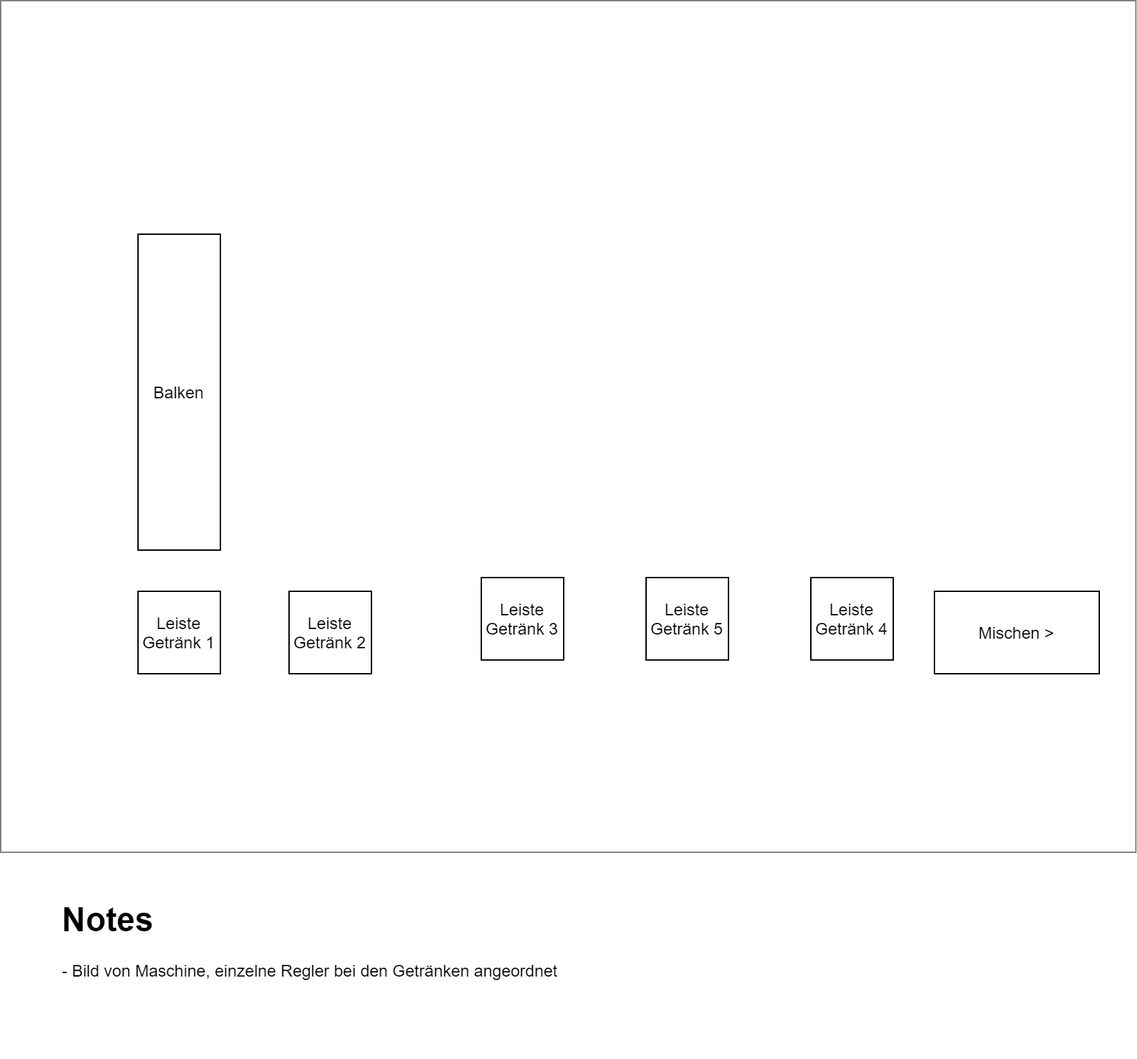
Above: documentation/Sourcecode + System/Programmablauf/Programmablauf-(cf) Mischverhältnis Layout.png in zauberwild/PaAmEsTiA (draw.io), before the change. Source tidied: cells renumbered, new cells last; positions are measured from the earlier drawing's top-left corner, leaving out a move shared by most shapes. The source it was exported from:
```xml
<mxGraphModel>
  <root>
    <mxCell id="0" />
    <mxCell id="1" parent="0" />
    <mxCell id="2" style="rounded=0;whiteSpace=wrap;html=1;shadow=0;strokeColor=#808080;fillColor=none;" parent="1" vertex="1">
      <mxGeometry width="826.7" height="620" as="geometry" />
    </mxCell>
    <mxCell id="3" value="&lt;h1&gt;Notes&lt;/h1&gt;&lt;div&gt;- Bild von Maschine, einzelne Regler bei den Getränken angeordnet&lt;/div&gt;" style="text;html=1;strokeColor=none;fillColor=none;spacing=5;spacingTop=-20;whiteSpace=wrap;overflow=hidden;rounded=0;shadow=0;" parent="1" vertex="1">
      <mxGeometry x="40" y="650" width="690" height="120" as="geometry" />
    </mxCell>
    <mxCell id="4" value="Leiste Getränk 1" style="rounded=0;whiteSpace=wrap;html=1;" parent="1" vertex="1">
      <mxGeometry x="100" y="430" width="60" height="60" as="geometry" />
    </mxCell>
    <mxCell id="5" value="Leiste Getränk 2" style="rounded=0;whiteSpace=wrap;html=1;" parent="1" vertex="1">
      <mxGeometry x="210" y="430" width="60" height="60" as="geometry" />
    </mxCell>
    <mxCell id="6" value="Leiste Getränk 3" style="rounded=0;whiteSpace=wrap;html=1;" parent="1" vertex="1">
      <mxGeometry x="350" y="420" width="60" height="60" as="geometry" />
    </mxCell>
    <mxCell id="7" value="Leiste Getränk 4" style="rounded=0;whiteSpace=wrap;html=1;" parent="1" vertex="1">
      <mxGeometry x="590" y="420" width="60" height="60" as="geometry" />
    </mxCell>
    <mxCell id="8" value="Leiste Getränk 5" style="rounded=0;whiteSpace=wrap;html=1;" parent="1" vertex="1">
      <mxGeometry x="470" y="420" width="60" height="60" as="geometry" />
    </mxCell>
    <mxCell id="9" value="Balken" style="rounded=0;whiteSpace=wrap;html=1;" parent="1" vertex="1">
      <mxGeometry x="100" y="170" width="60" height="230" as="geometry" />
    </mxCell>
    <mxCell id="10" value="Mischen &amp;gt;" style="rounded=0;whiteSpace=wrap;html=1;" parent="1" vertex="1">
      <mxGeometry x="680" y="430" width="120" height="60" as="geometry" />
    </mxCell>
  </root>
</mxGraphModel>
```
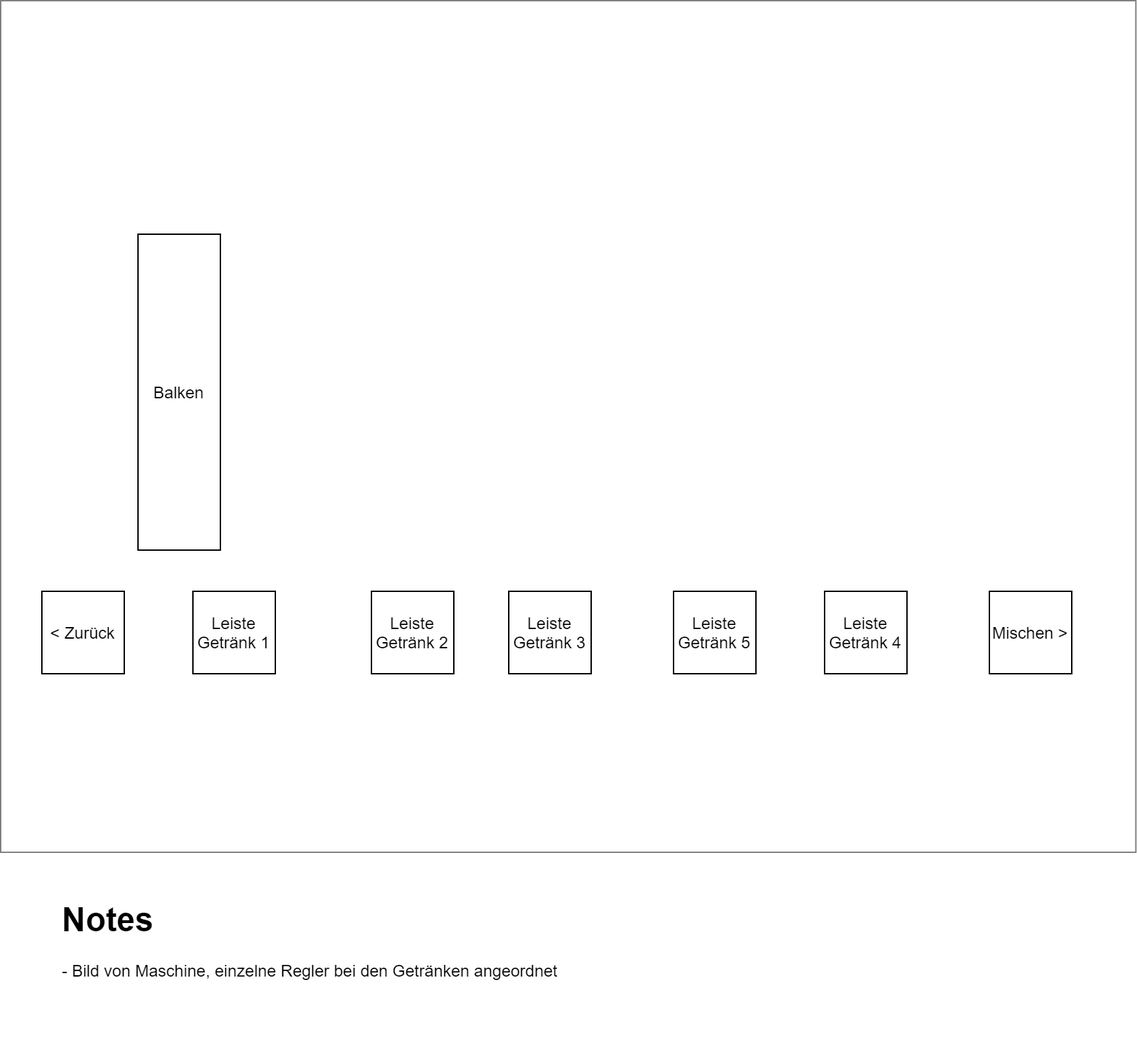
After the change.

What changed in the source:
```diff
@@ -9,25 +9,28 @@
       <mxGeometry x="40" y="650" width="690" height="120" as="geometry" />
     </mxCell>
     <mxCell id="4" value="Leiste Getränk 1" style="rounded=0;whiteSpace=wrap;html=1;" parent="1" vertex="1">
-      <mxGeometry x="100" y="430" width="60" height="60" as="geometry" />
+      <mxGeometry x="140" y="430" width="60" height="60" as="geometry" />
     </mxCell>
     <mxCell id="5" value="Leiste Getränk 2" style="rounded=0;whiteSpace=wrap;html=1;" parent="1" vertex="1">
-      <mxGeometry x="210" y="430" width="60" height="60" as="geometry" />
+      <mxGeometry x="270" y="430" width="60" height="60" as="geometry" />
     </mxCell>
     <mxCell id="6" value="Leiste Getränk 3" style="rounded=0;whiteSpace=wrap;html=1;" parent="1" vertex="1">
-      <mxGeometry x="350" y="420" width="60" height="60" as="geometry" />
+      <mxGeometry x="370" y="430" width="60" height="60" as="geometry" />
     </mxCell>
     <mxCell id="7" value="Leiste Getränk 4" style="rounded=0;whiteSpace=wrap;html=1;" parent="1" vertex="1">
-      <mxGeometry x="590" y="420" width="60" height="60" as="geometry" />
+      <mxGeometry x="600" y="430" width="60" height="60" as="geometry" />
     </mxCell>
     <mxCell id="8" value="Leiste Getränk 5" style="rounded=0;whiteSpace=wrap;html=1;" parent="1" vertex="1">
-      <mxGeometry x="470" y="420" width="60" height="60" as="geometry" />
+      <mxGeometry x="490" y="430" width="60" height="60" as="geometry" />
     </mxCell>
     <mxCell id="9" value="Balken" style="rounded=0;whiteSpace=wrap;html=1;" parent="1" vertex="1">
       <mxGeometry x="100" y="170" width="60" height="230" as="geometry" />
     </mxCell>
     <mxCell id="10" value="Mischen &amp;gt;" style="rounded=0;whiteSpace=wrap;html=1;" parent="1" vertex="1">
-      <mxGeometry x="680" y="430" width="120" height="60" as="geometry" />
+      <mxGeometry x="720" y="430" width="60" height="60" as="geometry" />
     </mxCell>
+    <mxCell id="11" value="&amp;lt; Zurück&lt;br&gt;" style="rounded=0;whiteSpace=wrap;html=1;" parent="1" vertex="1">
+      <mxGeometry x="30" y="430" width="60" height="60" as="geometry" />
+    </mxCell>
   </root>
 </mxGraphModel>
```
